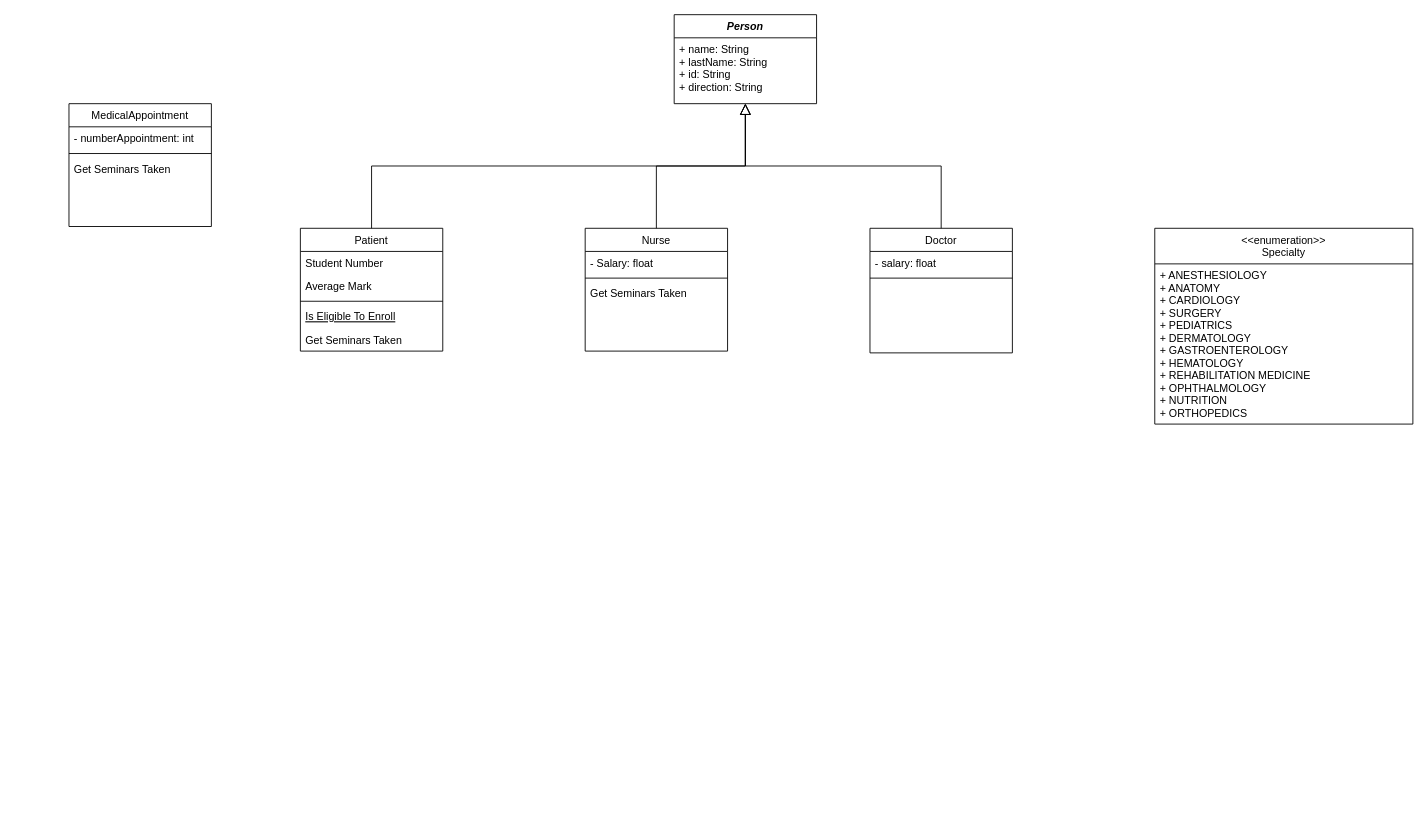
The draw.io diagram HospitalManagementSystem.drawio in GabrielCevallos/HospitalManagementSystem, before the edit. Source tidied: cells renumbered, new cells numbered last; positions are measured from the earlier drawing's top-left corner, leaving out a move shared by most shapes. Both pictures are drawn from the tidied source at 89%, with x=0, y=0 at pixel (69, 14).
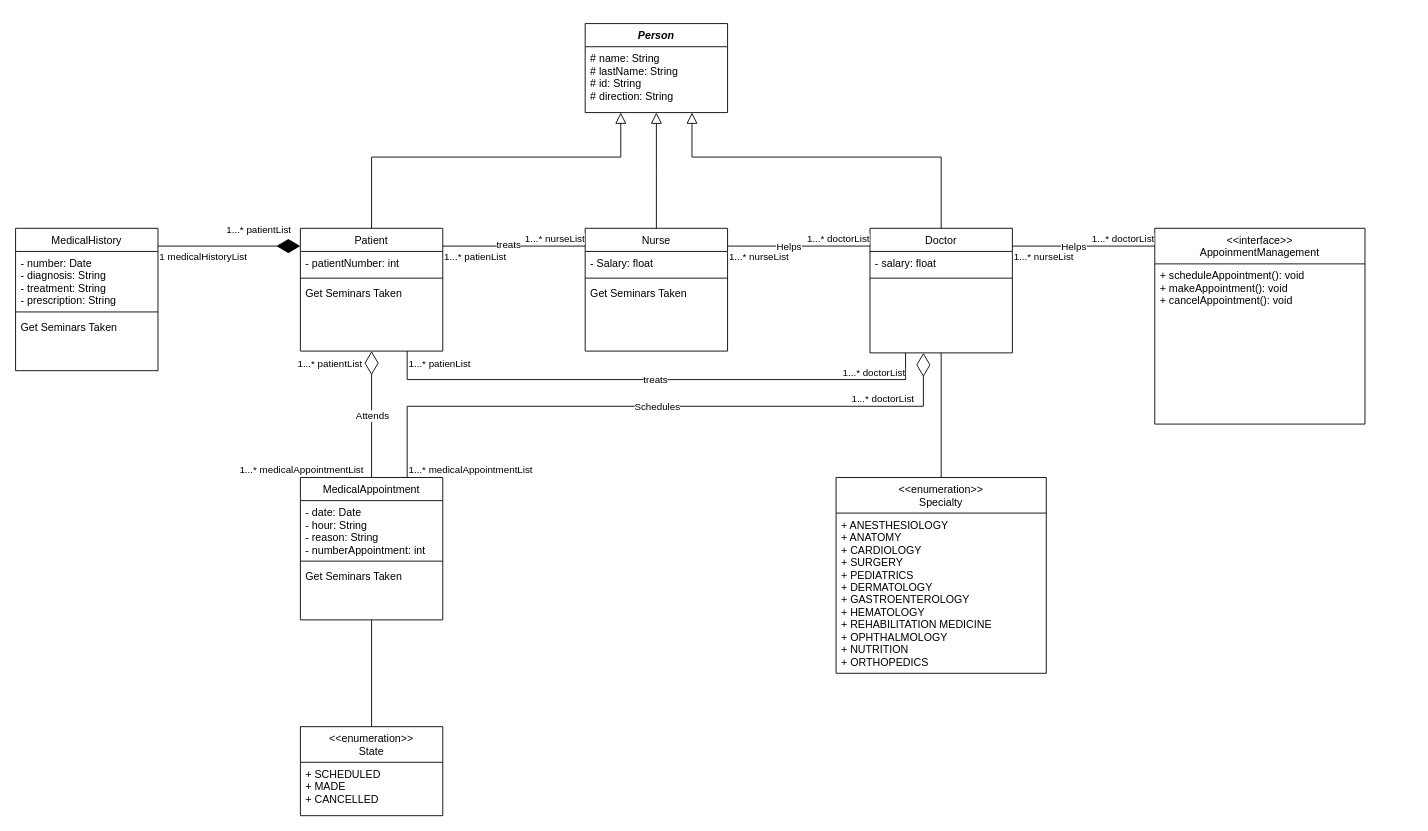
The same diagram, later.

The change refers to these unchanged cells:
```xml
<mxCell id="9" value="Doctor" style="swimlane;fontStyle=0;align=center;verticalAlign=top;horizontal=1;startSize=26;rounded=0;shadow=0;strokeWidth=1;" parent="1" vertex="1">
  <mxGeometry x="900" y="240" width="160" height="140" as="geometry" />
</mxCell>
<mxCell id="13" value="Patient" style="swimlane;fontStyle=0;align=center;verticalAlign=top;horizontal=1;startSize=26;rounded=0;shadow=0;strokeWidth=1;" parent="1" vertex="1">
  <mxGeometry x="260" y="240" width="160" height="138" as="geometry" />
</mxCell>
```

Change to the diagram source:
```diff
@@
     <mxCell id="2" value="Person" style="swimlane;fontStyle=3;align=center;verticalAlign=top;horizontal=1;startSize=26;rounded=0;shadow=0;strokeWidth=1;" parent="1" vertex="1">
-      <mxGeometry x="680" width="160" height="100" as="geometry" />
+      <mxGeometry x="580" y="10" width="160" height="100" as="geometry" />
     </mxCell>
-    <mxCell id="3" value="+ name: String&#10;+ lastName: String&#10;+ id: String&#10;+ direction: String" style="text;align=left;verticalAlign=top;spacingLeft=4;spacingRight=4;overflow=hidden;" parent="2" vertex="1">
-      <mxGeometry y="26" width="160" height="64" as="geometry" />
+    <mxCell id="3" value="# name: String&#10;# lastName: String&#10;# id: String&#10;# direction: String&#10;" style="text;align=left;verticalAlign=top;spacingLeft=4;spacingRight=4;overflow=hidden;" parent="2" vertex="1">
+      <mxGeometry y="26" width="160" height="74" as="geometry" />
     </mxCell>
@@
-    <mxCell id="12" style="endArrow=block;endSize=10;endFill=0;shadow=0;strokeWidth=1;rounded=0;curved=0;edgeStyle=elbowEdgeStyle;elbow=vertical;" parent="1" edge="1" source="9" target="2">
-      <mxGeometry relative="1" as="geometry" />
+    <mxCell id="12" style="endArrow=block;endSize=10;endFill=0;shadow=0;strokeWidth=1;rounded=0;curved=0;edgeStyle=elbowEdgeStyle;elbow=vertical;entryX=0.75;entryY=1;entryDx=0;entryDy=0;" parent="1" edge="1" source="9" target="2">
+      <mxGeometry relative="1" as="geometry">
+        <Array as="points">
+          <mxPoint x="820" y="160" />
+        </Array>
+      </mxGeometry>
     </mxCell>
@@
-    <mxCell id="14" value="Student Number" style="text;align=left;verticalAlign=top;spacingLeft=4;spacingRight=4;overflow=hidden;" parent="13" vertex="1">
+    <mxCell id="14" value="- patientNumber: int" style="text;align=left;verticalAlign=top;spacingLeft=4;spacingRight=4;overflow=hidden;" parent="13" vertex="1">
       <mxGeometry y="26" width="160" height="26" as="geometry" />
     </mxCell>
-    <mxCell id="15" value="Average Mark" style="text;align=left;verticalAlign=top;spacingLeft=4;spacingRight=4;overflow=hidden;rounded=0;shadow=0;html=0;" parent="13" vertex="1">
-      <mxGeometry y="52" width="160" height="26" as="geometry" />
-    </mxCell>
     <mxCell id="16" style="line;html=1;strokeWidth=1;align=left;verticalAlign=middle;spacingTop=-1;spacingLeft=3;spacingRight=3;labelPosition=right;" parent="13" vertex="1">
-      <mxGeometry y="78" width="160" height="8" as="geometry" />
+      <mxGeometry y="52" width="160" height="8" as="geometry" />
     </mxCell>
-    <mxCell id="17" value="Is Eligible To Enroll" style="text;align=left;verticalAlign=top;spacingLeft=4;spacingRight=4;overflow=hidden;fontStyle=4;" parent="13" vertex="1">
-      <mxGeometry y="86" width="160" height="26" as="geometry" />
-    </mxCell>
     <mxCell id="18" value="Get Seminars Taken" style="text;align=left;verticalAlign=top;spacingLeft=4;spacingRight=4;overflow=hidden;" parent="13" vertex="1">
-      <mxGeometry y="112" width="160" height="26" as="geometry" />
+      <mxGeometry y="60" width="160" height="26" as="geometry" />
     </mxCell>
-    <mxCell id="19" style="endArrow=block;endSize=10;endFill=0;shadow=0;strokeWidth=1;rounded=0;curved=0;edgeStyle=elbowEdgeStyle;elbow=vertical;exitX=0.5;exitY=0;exitDx=0;exitDy=0;" parent="1" edge="1" source="13">
+    <mxCell id="19" style="endArrow=block;endSize=10;endFill=0;shadow=0;strokeWidth=1;rounded=0;curved=0;edgeStyle=elbowEdgeStyle;elbow=vertical;exitX=0.5;exitY=0;exitDx=0;exitDy=0;entryX=0.25;entryY=1;entryDx=0;entryDy=0;" parent="1" edge="1" source="13" target="2">
       <mxGeometry relative="1" as="geometry">
-        <mxPoint x="760" y="100" as="targetPoint" />
+        <Array as="points">
+          <mxPoint x="540" y="160" />
+        </Array>
       </mxGeometry>
     </mxCell>
     <mxCell id="20" value="MedicalAppointment" style="swimlane;fontStyle=0;align=center;verticalAlign=top;horizontal=1;startSize=26;rounded=0;shadow=0;strokeWidth=1;" parent="1" vertex="1">
-      <mxGeometry y="100" width="160" height="138" as="geometry" />
+      <mxGeometry x="260" y="520" width="160" height="160" as="geometry" />
     </mxCell>
-    <mxCell id="21" value="- numberAppointment: int" style="text;align=left;verticalAlign=top;spacingLeft=4;spacingRight=4;overflow=hidden;" parent="20" vertex="1">
-      <mxGeometry y="26" width="160" height="26" as="geometry" />
+    <mxCell id="21" value="- date: Date&#10;- hour: String&#10;- reason: String&#10;- numberAppointment: int" style="text;align=left;verticalAlign=top;spacingLeft=4;spacingRight=4;overflow=hidden;" parent="20" vertex="1">
+      <mxGeometry y="26" width="160" height="64" as="geometry" />
     </mxCell>
     <mxCell id="22" style="line;html=1;strokeWidth=1;align=left;verticalAlign=middle;spacingTop=-1;spacingLeft=3;spacingRight=3;labelPosition=right;" parent="20" vertex="1">
-      <mxGeometry y="52" width="160" height="8" as="geometry" />
+      <mxGeometry y="90" width="160" height="8" as="geometry" />
     </mxCell>
     <mxCell id="23" value="Get Seminars Taken" style="text;align=left;verticalAlign=top;spacingLeft=4;spacingRight=4;overflow=hidden;" parent="20" vertex="1">
-      <mxGeometry y="60" width="160" height="26" as="geometry" />
+      <mxGeometry y="98" width="160" height="26" as="geometry" />
     </mxCell>
     <mxCell id="24" value="&lt;&lt;enumeration&gt;&gt;&#10;Specialty" style="swimlane;fontStyle=0;align=center;verticalAlign=top;horizontal=1;startSize=40;rounded=0;shadow=0;strokeWidth=1;" parent="1" vertex="1">
-      <mxGeometry x="1220" y="240" width="290" height="220" as="geometry" />
+      <mxGeometry x="861.9" y="520" width="236.2" height="220" as="geometry" />
     </mxCell>
     <mxCell id="25" value="+ ANESTHESIOLOGY&#10;+ ANATOMY&#10;+ CARDIOLOGY&#10;+ SURGERY&#10;+ PEDIATRICS&#10;+ DERMATOLOGY&#10;+ GASTROENTEROLOGY&#10;+ HEMATOLOGY&#10;+ REHABILITATION MEDICINE&#10;+ OPHTHALMOLOGY&#10;+ NUTRITION&#10;+ ORTHOPEDICS&#10;" style="text;align=left;verticalAlign=top;spacingLeft=4;spacingRight=4;overflow=hidden;" parent="24" vertex="1">
-      <mxGeometry y="40" width="290" height="180" as="geometry" />
+      <mxGeometry y="40" width="236.2" height="180" as="geometry" />
     </mxCell>
+    <mxCell id="26" style="endArrow=none;html=1;edgeStyle=orthogonalEdgeStyle;rounded=0;" parent="1" edge="1">
+      <mxGeometry relative="1" as="geometry">
+        <mxPoint x="740" y="260" as="sourcePoint" />
+        <mxPoint x="900" y="260" as="targetPoint" />
+      </mxGeometry>
+    </mxCell>
+    <mxCell id="27" value="1...* nurseList" style="edgeLabel;html=1;align=left;verticalAlign=bottom;" parent="26" vertex="1">
+      <mxGeometry x="-1" relative="1" as="geometry">
+        <mxPoint y="20" as="offset" />
+      </mxGeometry>
+    </mxCell>
+    <mxCell id="28" value="1...* doctorList" style="edgeLabel;html=1;align=right;verticalAlign=bottom;" parent="26" vertex="1">
+      <mxGeometry x="1" relative="1" as="geometry" />
+    </mxCell>
+    <mxCell id="29" value="Helps" style="edgeLabel;html=1;align=center;verticalAlign=middle;" parent="26" vertex="1">
+      <mxGeometry x="-0.15" relative="1" as="geometry" />
+    </mxCell>
+    <mxCell id="30" value="&lt;&lt;enumeration&gt;&gt;&#10;State" style="swimlane;fontStyle=0;align=center;verticalAlign=top;horizontal=1;startSize=40;rounded=0;shadow=0;strokeWidth=1;" parent="1" vertex="1">
+      <mxGeometry x="260" y="800" width="160" height="100" as="geometry" />
+    </mxCell>
+    <mxCell id="31" value="+ SCHEDULED&#10;+ MADE&#10;+ CANCELLED" style="text;align=left;verticalAlign=top;spacingLeft=4;spacingRight=4;overflow=hidden;" parent="30" vertex="1">
+      <mxGeometry y="40" width="160" height="50" as="geometry" />
+    </mxCell>
+    <mxCell id="32" style="endArrow=none;html=1;edgeStyle=orthogonalEdgeStyle;rounded=0;" parent="1" edge="1">
+      <mxGeometry relative="1" as="geometry">
+        <mxPoint x="420" y="260" as="sourcePoint" />
+        <mxPoint x="580" y="260" as="targetPoint" />
+      </mxGeometry>
+    </mxCell>
+    <mxCell id="33" value="1...* patienList" style="edgeLabel;html=1;align=left;verticalAlign=bottom;" parent="32" vertex="1">
+      <mxGeometry x="-1" relative="1" as="geometry">
+        <mxPoint y="20" as="offset" />
+      </mxGeometry>
+    </mxCell>
+    <mxCell id="34" value="1...* nurseList" style="edgeLabel;html=1;align=right;verticalAlign=bottom;" parent="32" vertex="1">
+      <mxGeometry x="1" relative="1" as="geometry" />
+    </mxCell>
+    <mxCell id="35" value="treats" style="edgeLabel;html=1;align=center;verticalAlign=middle;" parent="32" vertex="1">
+      <mxGeometry x="-0.09" y="2" relative="1" as="geometry" />
+    </mxCell>
+    <mxCell id="36" style="endArrow=none;html=1;edgeStyle=orthogonalEdgeStyle;rounded=0;entryX=0.5;entryY=1;entryDx=0;entryDy=0;exitX=0.5;exitY=0;exitDx=0;exitDy=0;" parent="1" edge="1" source="24" target="9">
+      <mxGeometry relative="1" as="geometry" />
+    </mxCell>
+    <mxCell id="37" style="endArrow=none;html=1;edgeStyle=orthogonalEdgeStyle;rounded=0;exitX=0.5;exitY=1;exitDx=0;exitDy=0;entryX=0.5;entryY=0;entryDx=0;entryDy=0;" parent="1" edge="1" source="20" target="30">
+      <mxGeometry relative="1" as="geometry" />
+    </mxCell>
+    <mxCell id="38" value="MedicalHistory" style="swimlane;fontStyle=0;align=center;verticalAlign=top;horizontal=1;startSize=26;rounded=0;shadow=0;strokeWidth=1;" parent="1" vertex="1">
+      <mxGeometry x="-60" y="240" width="160" height="160" as="geometry" />
+    </mxCell>
+    <mxCell id="39" value="- number: Date&#10;- diagnosis: String&#10;- treatment: String&#10;- prescription: String" style="text;align=left;verticalAlign=top;spacingLeft=4;spacingRight=4;overflow=hidden;" parent="38" vertex="1">
+      <mxGeometry y="26" width="160" height="64" as="geometry" />
+    </mxCell>
+    <mxCell id="40" style="line;html=1;strokeWidth=1;align=left;verticalAlign=middle;spacingTop=-1;spacingLeft=3;spacingRight=3;labelPosition=right;" parent="38" vertex="1">
+      <mxGeometry y="90" width="160" height="8" as="geometry" />
+    </mxCell>
+    <mxCell id="41" value="Get Seminars Taken" style="text;align=left;verticalAlign=top;spacingLeft=4;spacingRight=4;overflow=hidden;" parent="38" vertex="1">
+      <mxGeometry y="98" width="160" height="26" as="geometry" />
+    </mxCell>
+    <mxCell id="42" value="treats" style="endArrow=none;html=1;edgeStyle=orthogonalEdgeStyle;rounded=0;entryX=0.25;entryY=1;entryDx=0;entryDy=0;exitX=0.75;exitY=1;exitDx=0;exitDy=0;" parent="1" edge="1" source="13" target="9">
+      <mxGeometry relative="1" as="geometry">
+        <Array as="points">
+          <mxPoint x="380" y="410" />
+          <mxPoint x="940" y="410" />
+        </Array>
+      </mxGeometry>
+    </mxCell>
+    <mxCell id="43" value="1...* patienList" style="edgeLabel;html=1;align=left;verticalAlign=bottom;" parent="42" vertex="1">
+      <mxGeometry x="-1" relative="1" as="geometry">
+        <mxPoint y="22" as="offset" />
+      </mxGeometry>
+    </mxCell>
+    <mxCell id="44" value="1...* doctorList" style="edgeLabel;html=1;align=right;verticalAlign=bottom;" parent="42" vertex="1">
+      <mxGeometry x="1" relative="1" as="geometry">
+        <mxPoint y="30" as="offset" />
+      </mxGeometry>
+    </mxCell>
+    <mxCell id="45" style="endArrow=diamondThin;endFill=1;endSize=24;html=1;rounded=0;" parent="1" edge="1">
+      <mxGeometry relative="1" as="geometry">
+        <mxPoint x="100" y="260" as="sourcePoint" />
+        <mxPoint x="260" y="260" as="targetPoint" />
+      </mxGeometry>
+    </mxCell>
+    <mxCell id="46" value="1 medicalHistoryList" style="edgeLabel;html=1;align=left;verticalAlign=bottom;" parent="1" vertex="1">
+      <mxGeometry x="100" y="280" as="geometry" />
+    </mxCell>
+    <mxCell id="47" value="1...* patientList" style="edgeLabel;html=1;align=right;verticalAlign=bottom;" parent="1" vertex="1">
+      <mxGeometry x="250" y="250" as="geometry" />
+    </mxCell>
+    <mxCell id="48" value="1...* patientList" style="edgeLabel;html=1;align=right;verticalAlign=bottom;" parent="1" vertex="1">
+      <mxGeometry x="330" y="400" as="geometry" />
+    </mxCell>
+    <mxCell id="49" value="1...* medicalAppointmentList" style="edgeLabel;html=1;align=left;verticalAlign=bottom;" parent="1" vertex="1">
+      <mxGeometry x="190" y="520" as="geometry" />
+    </mxCell>
+    <mxCell id="50" style="endArrow=diamondThin;endFill=0;endSize=24;html=1;rounded=0;entryX=0.5;entryY=1;entryDx=0;entryDy=0;exitX=0.5;exitY=0;exitDx=0;exitDy=0;" parent="1" edge="1" source="20" target="13">
+      <mxGeometry relative="1" as="geometry" />
+    </mxCell>
+    <mxCell id="51" value="1...* medicalAppointmentList" style="edgeLabel;html=1;align=left;verticalAlign=bottom;" parent="1" vertex="1">
+      <mxGeometry x="380" y="520" as="geometry" />
+    </mxCell>
+    <mxCell id="52" value="1...* doctorList" style="edgeLabel;html=1;align=right;verticalAlign=bottom;" parent="1" vertex="1">
+      <mxGeometry x="950" y="440" as="geometry" />
+    </mxCell>
+    <mxCell id="53" style="endArrow=diamondThin;endFill=0;endSize=24;html=1;rounded=0;exitX=0.75;exitY=0;exitDx=0;exitDy=0;" parent="1" edge="1" source="20">
+      <mxGeometry relative="1" as="geometry">
+        <mxPoint x="960" y="380" as="targetPoint" />
+        <Array as="points">
+          <mxPoint x="380" y="440" />
+          <mxPoint x="960" y="440" />
+        </Array>
+      </mxGeometry>
+    </mxCell>
+    <mxCell id="54" value="Schedules" style="edgeLabel;html=1;align=center;verticalAlign=middle;" parent="1" vertex="1">
+      <mxGeometry x="660" y="440" as="geometry" />
+    </mxCell>
+    <mxCell id="55" value="Attends" style="edgeLabel;html=1;align=center;verticalAlign=middle;" parent="1" vertex="1">
+      <mxGeometry x="340" y="450" as="geometry" />
+    </mxCell>
+    <mxCell id="56" value="&lt;&lt;interface&gt;&gt;&#10;AppoinmentManagement" style="swimlane;fontStyle=0;align=center;verticalAlign=top;horizontal=1;startSize=40;rounded=0;shadow=0;strokeWidth=1;" parent="1" vertex="1">
+      <mxGeometry x="1220" y="240" width="236.2" height="220" as="geometry" />
+    </mxCell>
+    <mxCell id="57" value="+ scheduleAppointment(): void&#10;+ makeAppointment(): void&#10;+ cancelAppointment(): void" style="text;align=left;verticalAlign=top;spacingLeft=4;spacingRight=4;overflow=hidden;" parent="56" vertex="1">
+      <mxGeometry y="40" width="236.2" height="180" as="geometry" />
+    </mxCell>
+    <mxCell id="58" style="endArrow=none;html=1;edgeStyle=orthogonalEdgeStyle;rounded=0;" parent="1" edge="1">
+      <mxGeometry relative="1" as="geometry">
+        <mxPoint x="1060" y="260" as="sourcePoint" />
+        <mxPoint x="1220" y="260" as="targetPoint" />
+      </mxGeometry>
+    </mxCell>
+    <mxCell id="59" value="1...* nurseList" style="edgeLabel;html=1;align=left;verticalAlign=bottom;" parent="58" vertex="1">
+      <mxGeometry x="-1" relative="1" as="geometry">
+        <mxPoint y="20" as="offset" />
+      </mxGeometry>
+    </mxCell>
+    <mxCell id="60" value="1...* doctorList" style="edgeLabel;html=1;align=right;verticalAlign=bottom;" parent="58" vertex="1">
+      <mxGeometry x="1" relative="1" as="geometry" />
+    </mxCell>
+    <mxCell id="61" value="Helps" style="edgeLabel;html=1;align=center;verticalAlign=middle;" parent="58" vertex="1">
+      <mxGeometry x="-0.15" relative="1" as="geometry" />
+    </mxCell>
```
